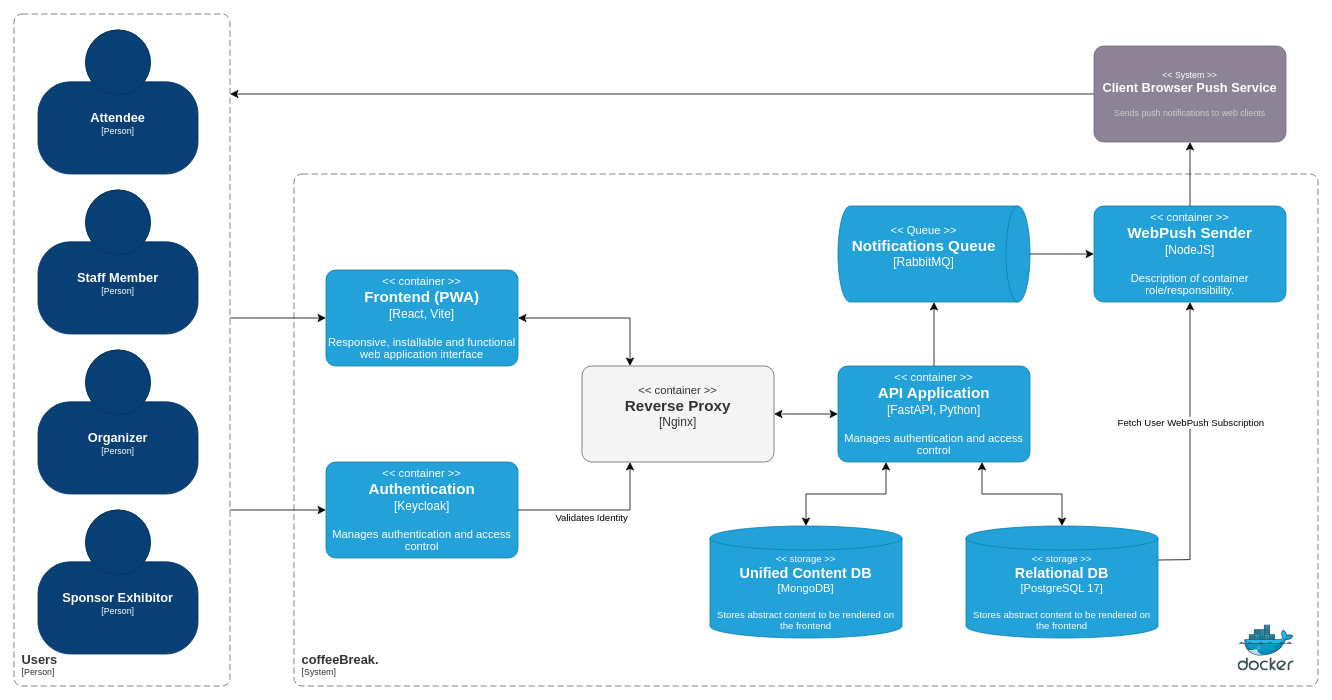
The draw.io diagram page "ContainersDiagramC4Colored" (7 of 15) of coffeeBreak.drawio in PI-coffeeBreak/diagrams, before the edit. Source tidied: cells renumbered, new cells numbered last; positions are measured from the earlier drawing's top-left corner, leaving out a move shared by most shapes. Both pictures are drawn from the tidied source at 80%, with x=0, y=0 at pixel (14, 14).
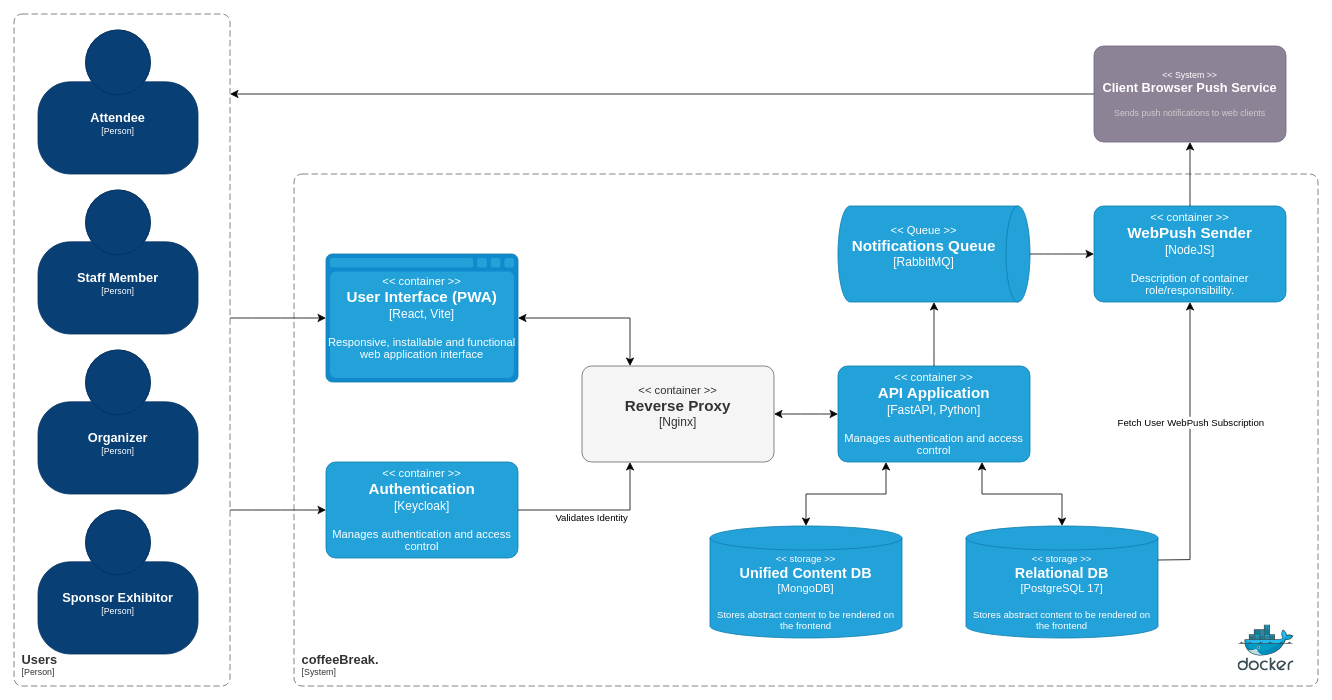
After the change.

The change refers to these unchanged cells:
```xml
<object id="31" label="&lt;font style=&quot;font-size: 14px&quot;&gt;&lt;div&gt;&amp;lt;&amp;lt; %c4Type% &amp;gt;&amp;gt;&lt;/div&gt;&lt;/font&gt;&lt;font style=&quot;font-size: 19px&quot;&gt;&lt;b&gt;%c4Name%&lt;/b&gt;&lt;/font&gt;&#10;&lt;font style=&quot;font-size: 15px&quot;&gt;&lt;div&gt;[%c4Technology%]&lt;/div&gt;&lt;/font&gt;&lt;br&gt;&lt;div&gt;&lt;font style=&quot;font-size: 14px&quot;&gt;%c4Description%&lt;/font&gt;&lt;/div&gt;" c4Description="" c4Name="Reverse Proxy" c4Technology="Nginx" c4Type="container" placeholders="1">
  <mxCell style="rounded=1;whiteSpace=wrap;html=1;fontSize=11;labelBackgroundColor=none;align=center;arcSize=10;points=[[0.25,0,0],[0.5,0,0],[0.75,0,0],[1,0.25,0],[1,0.5,0],[1,0.75,0],[0.75,1,0],[0.5,1,0],[0.25,1,0],[0,0.75,0],[0,0.5,0],[0,0.25,0]];fillColor=#f5f5f5;fontColor=#333333;strokeColor=#666666;" parent="1" vertex="1">
    <mxGeometry x="710" y="440" width="240" height="120" as="geometry" />
  </mxCell>
</object>
```

Diff of the diagram source:
```diff
@@
+    <object id="32" label="&lt;font style=&quot;font-size: 14px&quot;&gt;&lt;div&gt;&lt;&lt; %c4Type% &gt;&gt;&lt;/div&gt;&lt;/font&gt;&lt;font style=&quot;font-size: 19px&quot;&gt;&lt;/div&gt;&lt;b&gt;%c4Name%&lt;/b&gt;&lt;/font&gt;&#10;&lt;font style=&quot;font-size: 15px&quot;&gt;&lt;div&gt;[%c4Technology%]&lt;/div&gt;&lt;/font&gt;&lt;br&gt;&lt;div&gt;&lt;font style=&quot;font-size: 14px&quot;&gt;%c4Description%&lt;/font&gt;&lt;/div&gt;" c4Description="Responsive, installable and functional web application interface" c4Name="User Interface (PWA)" c4Technology="React, Vite" c4Type="container" placeholders="1">
+      <mxCell style="shape=mxgraph.c4.webBrowserContainer2;whiteSpace=wrap;html=1;boundedLbl=1;rounded=0;labelBackgroundColor=none;strokeColor=#118ACD;fillColor=#23A2D9;strokeColor=#118ACD;strokeColor2=#0E7DAD;fontSize=12;fontColor=#ffffff;align=center;points=[[0.5,0,0],[1,0.25,0],[1,0.5,0],[1,0.75,0],[0.5,1,0],[0,0.75,0],[0,0.5,0],[0,0.25,0]];" parent="1" vertex="1">
+        <mxGeometry x="390" y="300" width="240" height="160" as="geometry" />
+      </mxCell>
+    </object>
@@
-    <object id="9" label="&lt;font style=&quot;font-size: 14px&quot;&gt;&lt;div&gt;&lt;&lt; %c4Type% &gt;&gt;&lt;/div&gt;&lt;/font&gt;&lt;font style=&quot;font-size: 19px&quot;&gt;&lt;/div&gt;&lt;b&gt;%c4Name%&lt;/b&gt;&lt;/font&gt;&#10;&lt;font style=&quot;font-size: 15px&quot;&gt;&lt;div&gt;[%c4Technology%]&lt;/div&gt;&lt;/font&gt;&lt;br&gt;&lt;div&gt;&lt;font style=&quot;font-size: 14px&quot;&gt;%c4Description%&lt;/font&gt;&lt;/div&gt;" c4Description="Responsive, installable and functional web application interface" c4Name="Frontend (PWA)" c4Technology="React, Vite" c4Type="container" placeholders="1">
-      <mxCell style="rounded=1;whiteSpace=wrap;html=1;fontSize=11;labelBackgroundColor=none;fillColor=#23A2D9;fontColor=#ffffff;align=center;arcSize=10;strokeColor=#0E7DAD;points=[[0.25,0,0],[0.5,0,0],[0.75,0,0],[1,0.25,0],[1,0.5,0],[1,0.75,0],[0.75,1,0],[0.5,1,0],[0.25,1,0],[0,0.75,0],[0,0.5,0],[0,0.25,0]];" parent="1" vertex="1">
-        <mxGeometry x="390" y="320" width="240" height="120" as="geometry" />
-      </mxCell>
-    </object>
@@
-    <mxCell id="18" style="edgeStyle=none;curved=0;rounded=0;jettySize=auto;html=1;exitX=1;exitY=0.5;exitDx=0;exitDy=0;exitPerimeter=0;fontSize=12;startSize=8;endSize=8;startArrow=classic;startFill=1;entryX=0.25;entryY=0;entryDx=0;entryDy=0;entryPerimeter=0;" parent="1" edge="1" source="9" target="31">
+    <mxCell id="18" style="edgeStyle=none;curved=0;rounded=0;jettySize=auto;html=1;fontSize=12;startSize=8;endSize=8;startArrow=classic;startFill=1;entryX=0.25;entryY=0;entryDx=0;entryDy=0;entryPerimeter=0;exitX=1;exitY=0.5;exitDx=0;exitDy=0;exitPerimeter=0;" parent="1" edge="1" source="32" target="31">
       <mxGeometry relative="1" as="geometry">
         <Array as="points">
           <mxPoint x="770" y="380" />
         </Array>
       </mxGeometry>
     </mxCell>
@@
-    <mxCell id="28" style="endArrow=classic;html=1;rounded=0;fontSize=12;startSize=8;endSize=8;curved=1;entryX=0;entryY=0.5;entryDx=0;entryDy=0;entryPerimeter=0;" parent="1" edge="1" target="9">
+    <mxCell id="28" style="endArrow=classic;html=1;rounded=0;fontSize=12;startSize=8;endSize=8;curved=1;entryX=0;entryY=0.5;entryDx=0;entryDy=0;entryPerimeter=0;" parent="1" edge="1" target="32">
       <mxGeometry relative="1" as="geometry">
         <mxPoint x="270" y="380" as="sourcePoint" />
       </mxGeometry>
     </mxCell>
```
